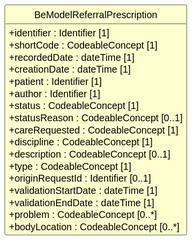
This is exports/diagrams/BeModelReferralPrescription-uml.svg from caresets/caresets-src, a PlantUML export, as it was before one commit.
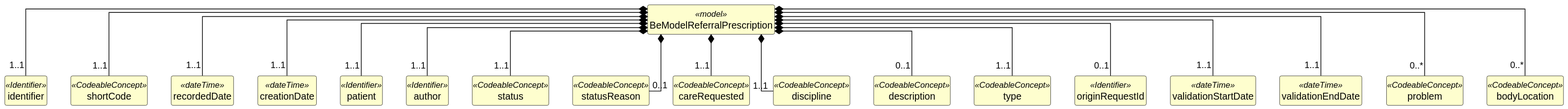
After the commit.

What changed in the source:
```diff
@@ -12,23 +12,75 @@
 hide circle
 hide empty members
 
-class "BeModelReferralPrescription" as BeModelReferralPrescription {
-  +identifier : Identifier [1]
-  +shortCode : CodeableConcept [1]
-  +recordedDate : dateTime [1]
-  +creationDate : dateTime [1]
-  +patient : Identifier [1]
-  +author : Identifier [1]
-  +status : CodeableConcept [1]
-  +statusReason : CodeableConcept [0..1]
-  +careRequested : CodeableConcept [1]
-  +discipline : CodeableConcept [1]
-  +description : CodeableConcept [0..1]
-  +type : CodeableConcept [1]
-  +originRequestId : Identifier [0..1]
-  +validationStartDate : dateTime [1]
-  +validationEndDate : dateTime [1]
-  +problem : CodeableConcept [0..*]
-  +bodyLocation : CodeableConcept [0..*]
+class "BeModelReferralPrescription" as BeModelReferralPrescription <<model>> {
 }
+
+class "identifier" as BeModelReferralPrescription_identifier <<Identifier>> {
+}
+
+class "shortCode" as BeModelReferralPrescription_shortCode <<CodeableConcept>> {
+}
+
+class "recordedDate" as BeModelReferralPrescription_recordedDate <<dateTime>> {
+}
+
+class "creationDate" as BeModelReferralPrescription_creationDate <<dateTime>> {
+}
+
+class "patient" as BeModelReferralPrescription_patient <<Identifier>> {
+}
+
+class "author" as BeModelReferralPrescription_author <<Identifier>> {
+}
+
+class "status" as BeModelReferralPrescription_status <<CodeableConcept>> {
+}
+
+class "statusReason" as BeModelReferralPrescription_statusReason <<CodeableConcept>> {
+}
+
+class "careRequested" as BeModelReferralPrescription_careRequested <<CodeableConcept>> {
+}
+
+class "discipline" as BeModelReferralPrescription_discipline <<CodeableConcept>> {
+}
+
+class "description" as BeModelReferralPrescription_description <<CodeableConcept>> {
+}
+
+class "type" as BeModelReferralPrescription_type <<CodeableConcept>> {
+}
+
+class "originRequestId" as BeModelReferralPrescription_originRequestId <<Identifier>> {
+}
+
+class "validationStartDate" as BeModelReferralPrescription_validationStartDate <<dateTime>> {
+}
+
+class "validationEndDate" as BeModelReferralPrescription_validationEndDate <<dateTime>> {
+}
+
+class "problem" as BeModelReferralPrescription_problem <<CodeableConcept>> {
+}
+
+class "bodyLocation" as BeModelReferralPrescription_bodyLocation <<CodeableConcept>> {
+}
+
+BeModelReferralPrescription *-- "1..1" BeModelReferralPrescription_identifier
+BeModelReferralPrescription *-- "1..1" BeModelReferralPrescription_shortCode
+BeModelReferralPrescription *-- "1..1" BeModelReferralPrescription_recordedDate
+BeModelReferralPrescription *-- "1..1" BeModelReferralPrescription_creationDate
+BeModelReferralPrescription *-- "1..1" BeModelReferralPrescription_patient
+BeModelReferralPrescription *-- "1..1" BeModelReferralPrescription_author
+BeModelReferralPrescription *-- "1..1" BeModelReferralPrescription_status
+BeModelReferralPrescription *-- "0..1" BeModelReferralPrescription_statusReason
+BeModelReferralPrescription *-- "1..1" BeModelReferralPrescription_careRequested
+BeModelReferralPrescription *-- "1..1" BeModelReferralPrescription_discipline
+BeModelReferralPrescription *-- "0..1" BeModelReferralPrescription_description
+BeModelReferralPrescription *-- "1..1" BeModelReferralPrescription_type
+BeModelReferralPrescription *-- "0..1" BeModelReferralPrescription_originRequestId
+BeModelReferralPrescription *-- "1..1" BeModelReferralPrescription_validationStartDate
+BeModelReferralPrescription *-- "1..1" BeModelReferralPrescription_validationEndDate
+BeModelReferralPrescription *-- "0..*" BeModelReferralPrescription_problem
+BeModelReferralPrescription *-- "0..*" BeModelReferralPrescription_bodyLocation
 @enduml
```
